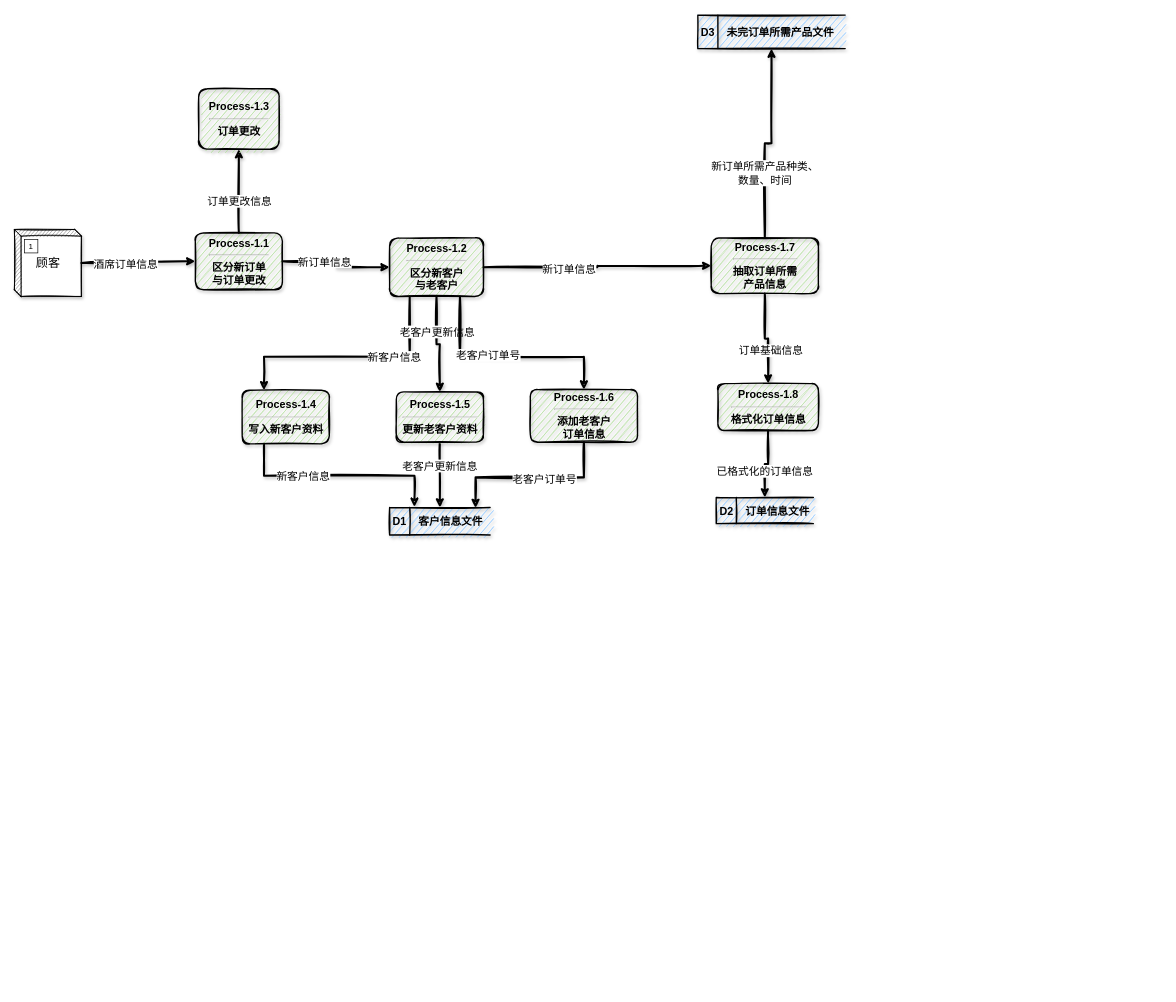
Before: DFD/DFD_process_1.drawio in YuanchenZhu2020/DrawIO, a draw.io diagram. Source tidied: cells renumbered, new cells numbered last; positions are measured from the earlier drawing's top-left corner, leaving out a move shared by most shapes. Both pictures are drawn from the tidied source at 67%, with x=0, y=0 at pixel (14, 15).
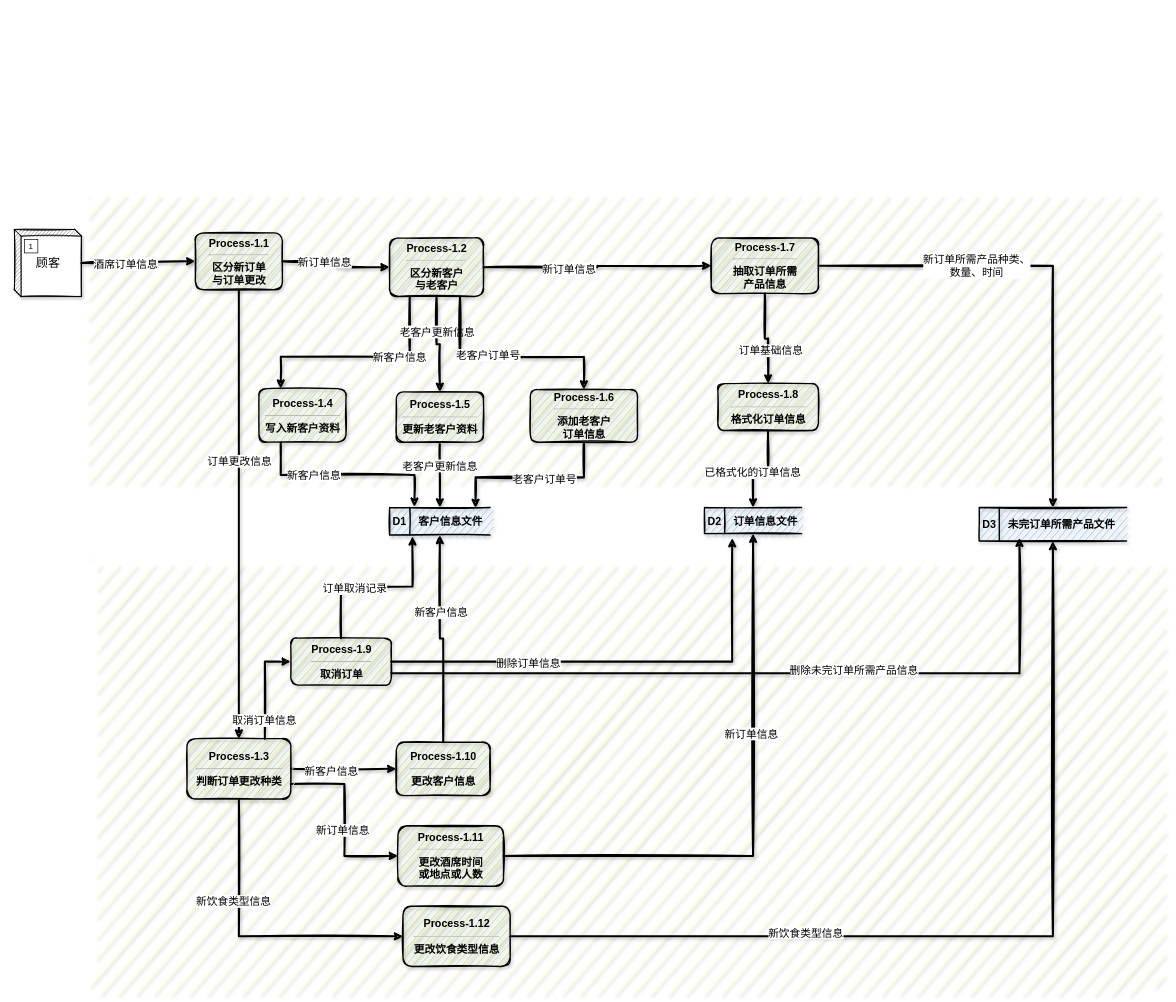
Above is the later version.

The change refers to these unchanged cells:
```xml
<mxCell id="10" value="&lt;b style=&quot;font-size: 16px&quot;&gt;&lt;font style=&quot;font-size: 16px&quot;&gt;Process-1.1&lt;/font&gt;&lt;/b&gt;&lt;hr style=&quot;font-size: 16px&quot;&gt;&lt;b style=&quot;font-size: 16px&quot;&gt;&lt;font style=&quot;font-size: 16px&quot;&gt;区分新订单&lt;br&gt;与订单更改&lt;/font&gt;&lt;/b&gt;" style="html=1;dashed=0;whitespace=wrap;rounded=1;sketch=1;shadow=1;strokeWidth=2;fillColor=#B9E0A5;" parent="1" vertex="1">
  <mxGeometry x="270" y="325" width="130" height="85" as="geometry" />
</mxCell>
<mxCell id="19" value="&lt;span style=&quot;font-size: 16px&quot;&gt;&lt;font style=&quot;font-size: 16px&quot;&gt;&lt;b&gt;Process-1.2&lt;/b&gt;&lt;/font&gt;&lt;/span&gt;&lt;hr style=&quot;font-size: 16px&quot;&gt;&lt;span style=&quot;font-size: 16px&quot;&gt;&lt;font style=&quot;font-size: 16px&quot;&gt;&lt;b&gt;区分新客户&lt;br&gt;与老客户&lt;/b&gt;&lt;/font&gt;&lt;/span&gt;" style="html=1;dashed=0;whitespace=wrap;rounded=1;shadow=1;sketch=1;strokeWidth=2;fillColor=#B9E0A5;" parent="1" vertex="1">
  <mxGeometry x="560" y="332.5" width="140" height="87.5" as="geometry" />
</mxCell>
<mxCell id="24" value="&lt;b&gt;&lt;font style=&quot;font-size: 16px&quot;&gt;D1&amp;nbsp; &amp;nbsp; 客户信息文件&lt;/font&gt;&lt;/b&gt;" style="html=1;dashed=0;whitespace=wrap;shape=mxgraph.dfd.dataStoreID;align=left;spacingLeft=3;points=[[0,0],[0.5,0],[1,0],[0,0.5],[1,0.5],[0,1],[0.5,1],[1,1]];rounded=1;shadow=1;sketch=1;strokeWidth=2;fillColor=#99CCFF;" parent="1" vertex="1">
  <mxGeometry x="560" y="735" width="150" height="41" as="geometry" />
</mxCell>
<mxCell id="29" value="&lt;b style=&quot;font-size: 16px&quot;&gt;&lt;font style=&quot;font-size: 16px&quot;&gt;Process-1.7&lt;/font&gt;&lt;/b&gt;&lt;hr style=&quot;font-size: 16px&quot;&gt;&lt;b style=&quot;font-size: 16px&quot;&gt;&lt;font style=&quot;font-size: 16px&quot;&gt;抽取订单所需&lt;br&gt;产品信息&lt;/font&gt;&lt;/b&gt;" style="html=1;dashed=0;whitespace=wrap;rounded=1;shadow=1;sketch=1;strokeWidth=2;fillColor=#B9E0A5;" parent="1" vertex="1">
  <mxGeometry x="1040" y="332.5" width="160" height="83.2" as="geometry" />
</mxCell>
```

Change to the diagram source:
```diff
@@
+    <mxCell id="41" style="rounded=1;whiteSpace=wrap;html=1;absoluteArcSize=1;arcSize=14;strokeWidth=5;shadow=1;glass=0;dashed=0;sketch=1;opacity=50;fillStyle=auto;strokeColor=none;fillColor=#FFFFCC;" parent="1" vertex="1">
+      <mxGeometry x="110" y="810" width="1600" height="640" as="geometry" />
+    </mxCell>
+    <mxCell id="42" style="rounded=1;whiteSpace=wrap;html=1;absoluteArcSize=1;arcSize=14;strokeWidth=5;shadow=1;dashed=0;sketch=1;fillColor=#FFFFCC;glass=0;opacity=50;strokeColor=none;perimeterSpacing=0;" parent="1" vertex="1">
+      <mxGeometry x="110" y="270" width="1600" height="430" as="geometry" />
+    </mxCell>
@@
-    <mxCell id="8" style="edgeStyle=orthogonalEdgeStyle;rounded=0;sketch=1;jettySize=auto;html=1;entryX=0.5;entryY=1;entryDx=0;entryDy=0;shadow=1;strokeWidth=3;" parent="1" edge="1" source="10" target="20">
+    <mxCell id="8" style="edgeStyle=orthogonalEdgeStyle;rounded=0;sketch=1;jettySize=auto;html=1;entryX=0.5;entryY=0;entryDx=0;entryDy=0;shadow=1;strokeWidth=3;" parent="1" edge="1" source="10" target="20">
       <mxGeometry relative="1" as="geometry" />
     </mxCell>
@@
     <mxCell id="11" style="edgeStyle=orthogonalEdgeStyle;rounded=0;sketch=1;jettySize=auto;html=1;shadow=1;strokeWidth=3;entryX=0.25;entryY=0;entryDx=0;entryDy=0;" parent="1" edge="1" source="19" target="23">
       <mxGeometry relative="1" as="geometry">
         <Array as="points">
           <mxPoint x="590" y="510" />
-          <mxPoint x="373" y="510" />
+          <mxPoint x="398" y="510" />
         </Array>
       </mxGeometry>
     </mxCell>
@@
+    <mxCell id="43" style="edgeStyle=orthogonalEdgeStyle;rounded=0;sketch=1;jettySize=auto;html=1;exitX=0.75;exitY=0;exitDx=0;exitDy=0;entryX=0;entryY=0.5;entryDx=0;entryDy=0;shadow=1;strokeWidth=3;" parent="1" edge="1" source="20" target="57">
+      <mxGeometry relative="1" as="geometry" />
+    </mxCell>
+    <mxCell id="44" value="&lt;font style=&quot;font-size: 16px&quot;&gt;取消订单信息&lt;/font&gt;" style="edgeLabel;html=1;align=center;verticalAlign=middle;" parent="43" vertex="1">
+      <mxGeometry x="-0.65" y="1" relative="1" as="geometry" />
+    </mxCell>
+    <mxCell id="45" style="edgeStyle=orthogonalEdgeStyle;rounded=0;sketch=1;jettySize=auto;html=1;shadow=1;strokeWidth=3;" parent="1" edge="1" source="20" target="60">
+      <mxGeometry relative="1" as="geometry" />
+    </mxCell>
+    <mxCell id="46" value="&lt;font style=&quot;font-size: 16px&quot;&gt;新客户信息&lt;/font&gt;" style="edgeLabel;html=1;align=center;verticalAlign=middle;" parent="45" vertex="1">
+      <mxGeometry x="-0.24" y="-2" relative="1" as="geometry" />
+    </mxCell>
+    <mxCell id="47" style="edgeStyle=orthogonalEdgeStyle;rounded=0;sketch=1;jettySize=auto;html=1;exitX=1;exitY=0.75;exitDx=0;exitDy=0;entryX=0;entryY=0.5;entryDx=0;entryDy=0;shadow=1;strokeWidth=3;" parent="1" edge="1" source="20" target="63">
+      <mxGeometry relative="1" as="geometry" />
+    </mxCell>
+    <mxCell id="48" value="&lt;font style=&quot;font-size: 16px&quot;&gt;新订单信息&lt;/font&gt;" style="edgeLabel;html=1;align=center;verticalAlign=middle;" parent="47" vertex="1">
+      <mxGeometry x="0.12" y="-3" relative="1" as="geometry">
+        <mxPoint y="-1" as="offset" />
+      </mxGeometry>
+    </mxCell>
+    <mxCell id="49" style="edgeStyle=orthogonalEdgeStyle;rounded=0;sketch=1;jettySize=auto;html=1;entryX=0;entryY=0.5;entryDx=0;entryDy=0;shadow=1;strokeWidth=3;exitX=0.5;exitY=1;exitDx=0;exitDy=0;" parent="1" edge="1" source="20" target="66">
+      <mxGeometry relative="1" as="geometry" />
+    </mxCell>
+    <mxCell id="50" value="&lt;font style=&quot;font-size: 16px&quot;&gt;新饮食类型信息&lt;/font&gt;" style="edgeLabel;html=1;align=center;verticalAlign=middle;" parent="49" vertex="1">
+      <mxGeometry x="-0.32" y="-9" relative="1" as="geometry">
+        <mxPoint y="-1" as="offset" />
+      </mxGeometry>
+    </mxCell>
-    <mxCell id="20" value="&lt;b style=&quot;font-size: 16px&quot;&gt;&lt;font style=&quot;font-size: 16px&quot;&gt;Process-1.3&lt;/font&gt;&lt;/b&gt;&lt;hr style=&quot;font-size: 16px&quot;&gt;&lt;b style=&quot;font-size: 16px&quot;&gt;&lt;font style=&quot;font-size: 16px&quot;&gt;订单更改&lt;/font&gt;&lt;/b&gt;" style="html=1;dashed=0;whitespace=wrap;rounded=1;shadow=1;sketch=1;strokeWidth=2;fillColor=#B9E0A5;" parent="1" vertex="1">
-      <mxGeometry x="275" y="110" width="120" height="90" as="geometry" />
+    <mxCell id="20" value="&lt;b style=&quot;font-size: 16px&quot;&gt;&lt;font style=&quot;font-size: 16px&quot;&gt;Process-1.3&lt;/font&gt;&lt;/b&gt;&lt;hr style=&quot;font-size: 16px&quot;&gt;&lt;b style=&quot;font-size: 16px&quot;&gt;&lt;font style=&quot;font-size: 16px&quot;&gt;判断订单更改种类&lt;/font&gt;&lt;/b&gt;" style="html=1;dashed=0;whitespace=wrap;rounded=1;shadow=1;sketch=1;strokeWidth=2;fillColor=#B9E0A5;" parent="1" vertex="1">
+      <mxGeometry x="257.5" y="1080" width="155" height="90" as="geometry" />
     </mxCell>
@@
     <mxCell id="23" value="&lt;b style=&quot;font-size: 16px&quot;&gt;&lt;font style=&quot;font-size: 16px&quot;&gt;Process-1.4&lt;/font&gt;&lt;/b&gt;&lt;hr style=&quot;font-size: 16px&quot;&gt;&lt;b style=&quot;font-size: 16px&quot;&gt;&lt;font style=&quot;font-size: 16px&quot;&gt;写入新客户资料&lt;/font&gt;&lt;/b&gt;" style="html=1;dashed=0;whitespace=wrap;rounded=1;shadow=1;sketch=1;strokeWidth=2;fillColor=#B9E0A5;" parent="1" vertex="1">
-      <mxGeometry x="340" y="560" width="130" height="80" as="geometry" />
+      <mxGeometry x="365" y="557.5" width="130" height="80" as="geometry" />
     </mxCell>
@@
-    <mxCell id="25" style="edgeStyle=orthogonalEdgeStyle;rounded=0;sketch=1;jettySize=auto;html=1;entryX=0.5;entryY=1;entryDx=0;entryDy=0;shadow=1;strokeWidth=3;" parent="1" edge="1" source="29" target="36">
+    <mxCell id="25" style="edgeStyle=orthogonalEdgeStyle;rounded=0;sketch=1;jettySize=auto;html=1;entryX=0.5;entryY=0;entryDx=0;entryDy=0;shadow=1;strokeWidth=3;" parent="1" edge="1" source="29" target="36">
       <mxGeometry relative="1" as="geometry" />
     </mxCell>
@@
     <mxCell id="36" value="&lt;b&gt;&lt;font style=&quot;font-size: 16px&quot;&gt;D3&amp;nbsp; &amp;nbsp; 未完订单所需产品文件&lt;/font&gt;&lt;/b&gt;" style="html=1;dashed=0;whitespace=wrap;shape=mxgraph.dfd.dataStoreID;align=left;spacingLeft=3;points=[[0,0],[0.5,0],[1,0],[0,0.5],[1,0.5],[0,1],[0.5,1],[1,1]];rounded=1;shadow=1;sketch=1;strokeWidth=2;fillColor=#99CCFF;" parent="1" vertex="1">
-      <mxGeometry x="1020" width="220" height="50" as="geometry" />
+      <mxGeometry x="1440" y="735" width="220" height="50" as="geometry" />
     </mxCell>
@@
     <mxCell id="40" value="&lt;b&gt;&lt;font style=&quot;font-size: 16px&quot;&gt;D2&amp;nbsp; &amp;nbsp; 订单信息文件&lt;/font&gt;&lt;/b&gt;" style="html=1;dashed=0;whitespace=wrap;shape=mxgraph.dfd.dataStoreID;align=left;spacingLeft=3;points=[[0,0],[0.5,0],[1,0],[0,0.5],[1,0.5],[0,1],[0.5,1],[1,1]];rounded=1;shadow=1;sketch=1;strokeWidth=2;fillColor=#99CCFF;" parent="1" vertex="1">
-      <mxGeometry x="1047.5" y="720" width="145" height="39" as="geometry" />
+      <mxGeometry x="1030" y="735" width="145" height="39" as="geometry" />
     </mxCell>
+    <mxCell id="51" style="edgeStyle=orthogonalEdgeStyle;rounded=0;sketch=1;jettySize=auto;html=1;entryX=0.227;entryY=1.049;entryDx=0;entryDy=0;entryPerimeter=0;shadow=1;strokeWidth=3;" parent="1" edge="1" source="57" target="24">
+      <mxGeometry relative="1" as="geometry" />
+    </mxCell>
+    <mxCell id="52" value="&lt;font style=&quot;font-size: 16px&quot;&gt;订单取消记录&lt;/font&gt;" style="edgeLabel;html=1;align=center;verticalAlign=middle;" parent="51" vertex="1">
+      <mxGeometry x="-0.25" y="-2" relative="1" as="geometry" />
+    </mxCell>
+    <mxCell id="53" style="edgeStyle=orthogonalEdgeStyle;rounded=0;sketch=1;jettySize=auto;html=1;entryX=0.285;entryY=1.171;entryDx=0;entryDy=0;entryPerimeter=0;shadow=1;strokeWidth=3;" parent="1" edge="1" source="57" target="40">
+      <mxGeometry relative="1" as="geometry" />
+    </mxCell>
+    <mxCell id="54" value="&lt;font style=&quot;font-size: 16px&quot;&gt;删除订单信息&lt;/font&gt;" style="edgeLabel;html=1;align=center;verticalAlign=middle;" parent="53" vertex="1">
+      <mxGeometry x="-0.41" y="-2" relative="1" as="geometry" />
+    </mxCell>
+    <mxCell id="55" style="edgeStyle=orthogonalEdgeStyle;rounded=0;sketch=1;jettySize=auto;html=1;exitX=1;exitY=0.75;exitDx=0;exitDy=0;entryX=0.273;entryY=0.9;entryDx=0;entryDy=0;entryPerimeter=0;shadow=1;strokeWidth=3;" parent="1" edge="1" source="57" target="36">
+      <mxGeometry relative="1" as="geometry" />
+    </mxCell>
+    <mxCell id="56" value="&lt;font style=&quot;font-size: 16px&quot;&gt;删除未完订单所需产品信息&lt;/font&gt;" style="edgeLabel;html=1;align=center;verticalAlign=middle;" parent="55" vertex="1">
+      <mxGeometry x="-0.02" y="5" relative="1" as="geometry">
+        <mxPoint x="130.8" as="offset" />
+      </mxGeometry>
+    </mxCell>
+    <mxCell id="57" value="&lt;b style=&quot;font-size: 16px&quot;&gt;&lt;font style=&quot;font-size: 16px&quot;&gt;Process-1.9&lt;/font&gt;&lt;/b&gt;&lt;hr style=&quot;font-size: 16px&quot;&gt;&lt;b style=&quot;font-size: 16px&quot;&gt;&lt;font style=&quot;font-size: 16px&quot;&gt;取消订单&lt;/font&gt;&lt;/b&gt;" style="html=1;dashed=0;whitespace=wrap;rounded=1;shadow=1;sketch=1;strokeWidth=2;fillColor=#B9E0A5;" parent="1" vertex="1">
+      <mxGeometry x="412.5" y="930" width="150" height="70" as="geometry" />
+    </mxCell>
+    <mxCell id="58" style="edgeStyle=orthogonalEdgeStyle;rounded=0;sketch=1;jettySize=auto;html=1;entryX=0.5;entryY=1;entryDx=0;entryDy=0;shadow=1;strokeWidth=3;" parent="1" edge="1" source="60" target="24">
+      <mxGeometry relative="1" as="geometry" />
+    </mxCell>
+    <mxCell id="59" value="&lt;span style=&quot;font-size: 16px&quot;&gt;新客户信息&lt;/span&gt;" style="edgeLabel;html=1;align=center;verticalAlign=middle;" parent="58" vertex="1">
+      <mxGeometry x="0.27" y="-1" relative="1" as="geometry" />
+    </mxCell>
+    <mxCell id="60" value="&lt;font style=&quot;font-size: 16px&quot;&gt;&lt;b&gt;Process-1.10&lt;/b&gt;&lt;/font&gt;&lt;hr style=&quot;font-size: 16px&quot;&gt;&lt;font style=&quot;font-size: 16px&quot;&gt;&lt;b&gt;更改客户信息&lt;/b&gt;&lt;/font&gt;" style="html=1;dashed=0;whitespace=wrap;rounded=1;shadow=1;sketch=1;strokeWidth=2;fillColor=#B9E0A5;" parent="1" vertex="1">
+      <mxGeometry x="570" y="1085" width="140" height="80" as="geometry" />
+    </mxCell>
+    <mxCell id="61" style="edgeStyle=orthogonalEdgeStyle;rounded=0;sketch=1;jettySize=auto;html=1;entryX=0.5;entryY=1;entryDx=0;entryDy=0;shadow=1;strokeWidth=3;" parent="1" edge="1" source="63" target="40">
+      <mxGeometry relative="1" as="geometry" />
+    </mxCell>
+    <mxCell id="62" value="&lt;font style=&quot;font-size: 16px&quot;&gt;新订单信息&lt;/font&gt;" style="edgeLabel;html=1;align=center;verticalAlign=middle;" parent="61" vertex="1">
+      <mxGeometry x="0.3" y="3" relative="1" as="geometry" />
+    </mxCell>
+    <mxCell id="63" value="&lt;b style=&quot;font-size: 16px&quot;&gt;&lt;font style=&quot;font-size: 16px&quot;&gt;Process-1.11&lt;/font&gt;&lt;/b&gt;&lt;hr style=&quot;font-size: 16px&quot;&gt;&lt;b style=&quot;font-size: 16px&quot;&gt;&lt;font style=&quot;font-size: 16px&quot;&gt;更改酒席时间&lt;br&gt;或地点或人数&lt;/font&gt;&lt;/b&gt;" style="html=1;dashed=0;whitespace=wrap;rounded=1;shadow=1;sketch=1;strokeWidth=2;fillColor=#B9E0A5;" parent="1" vertex="1">
+      <mxGeometry x="572.5" y="1210" width="157.5" height="90" as="geometry" />
+    </mxCell>
+    <mxCell id="64" style="edgeStyle=orthogonalEdgeStyle;rounded=0;sketch=1;jettySize=auto;html=1;entryX=0.5;entryY=1;entryDx=0;entryDy=0;shadow=1;strokeWidth=3;" parent="1" edge="1" source="66" target="36">
+      <mxGeometry relative="1" as="geometry" />
+    </mxCell>
+    <mxCell id="65" value="&lt;span style=&quot;font-size: 16px&quot;&gt;新饮食类型信息&lt;/span&gt;" style="edgeLabel;html=1;align=center;verticalAlign=middle;" parent="64" vertex="1">
+      <mxGeometry x="-0.37" y="6" relative="1" as="geometry">
+        <mxPoint x="-1" as="offset" />
+      </mxGeometry>
+    </mxCell>
+    <mxCell id="66" value="&lt;b style=&quot;font-size: 16px&quot;&gt;&lt;font style=&quot;font-size: 16px&quot;&gt;Process-1.12&lt;/font&gt;&lt;/b&gt;&lt;hr style=&quot;font-size: 16px&quot;&gt;&lt;b style=&quot;font-size: 16px&quot;&gt;&lt;font style=&quot;font-size: 16px&quot;&gt;更改饮食类型信息&lt;/font&gt;&lt;/b&gt;" style="html=1;dashed=0;whitespace=wrap;rounded=1;shadow=1;sketch=1;strokeWidth=2;fillColor=#B9E0A5;" parent="1" vertex="1">
+      <mxGeometry x="580" y="1330" width="160" height="90" as="geometry" />
+    </mxCell>
```
